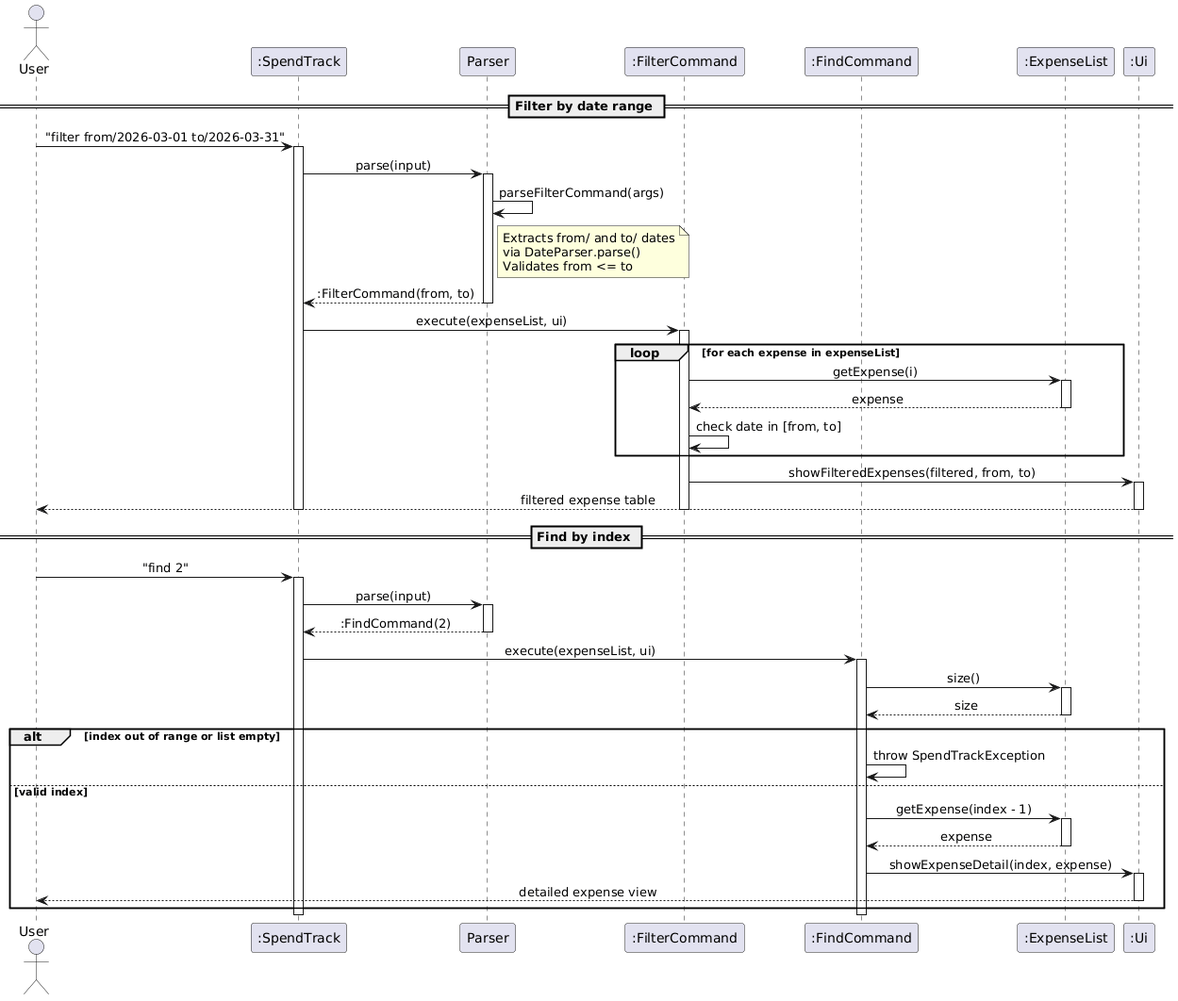
This is docs/images/FilterFindSequence.png from AbhijitBalajee/tp, a PlantUML export, as it was before one commit. Source of this version:
```plantuml
@startuml
!define BGCOLOR white
skinparam backgroundColor BGCOLOR
skinparam sequenceMessageAlign center

actor User
participant ":SpendTrack" as ST
participant "Parser" as P
participant ":FilterCommand" as FC
participant ":FindCommand" as FNC
participant ":ExpenseList" as EL
participant ":Ui" as UI

== Filter by date range ==

User -> ST : "filter from/2026-03-01 to/2026-03-31"
activate ST

ST -> P : parse(input)
activate P
P -> P : parseFilterCommand(args)
note right of P
  Extracts from/ and to/ dates
  via DateParser.parse()
  Validates from <= to
end note
P --> ST : :FilterCommand(from, to)
deactivate P

ST -> FC : execute(expenseList, ui)
activate FC

loop for each expense in expenseList
    FC -> EL : getExpense(i)
    activate EL
    EL --> FC : expense
    deactivate EL
    FC -> FC : check date in [from, to]
end

FC -> UI : showFilteredExpenses(filtered, from, to)
activate UI
UI --> User : filtered expense table
deactivate UI
deactivate FC
deactivate ST

== Find by index ==

User -> ST : "find 2"
activate ST

ST -> P : parse(input)
activate P
P --> ST : :FindCommand(2)
deactivate P

ST -> FNC : execute(expenseList, ui)
activate FNC

FNC -> EL : size()
activate EL
EL --> FNC : size
deactivate EL

alt index out of range or list empty
    FNC -> FNC : throw SpendTrackException
else valid index
    FNC -> EL : getExpense(index - 1)
    activate EL
    EL --> FNC : expense
    deactivate EL
    FNC -> UI : showExpenseDetail(index, expense)
    activate UI
    UI --> User : detailed expense view
    deactivate UI
end

deactivate FNC
deactivate ST
@enduml
```
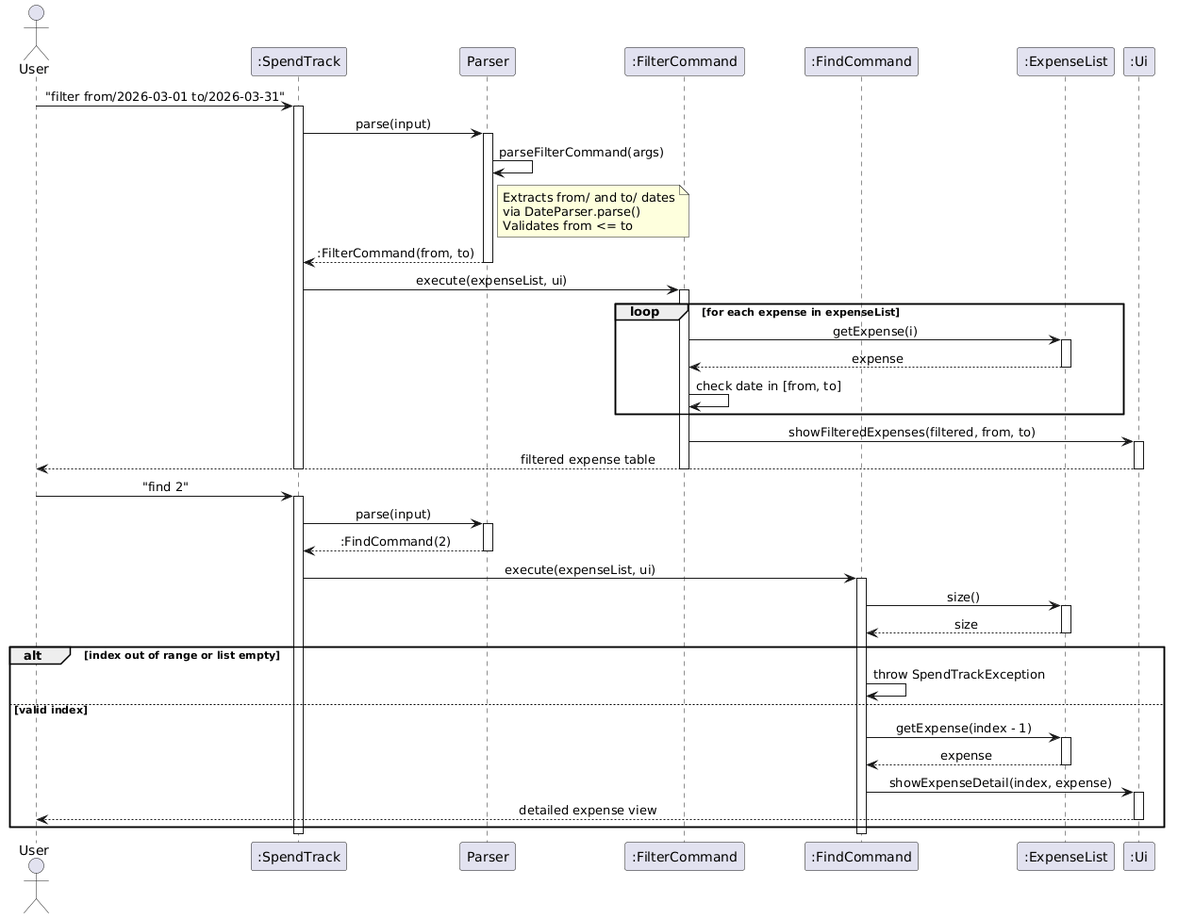
Later version of the same file.

Diff of the diagram source:
```diff
@@ -10,8 +10,6 @@
 participant ":FindCommand" as FNC
 participant ":ExpenseList" as EL
 participant ":Ui" as UI
-
-== Filter by date range ==
 
 User -> ST : "filter from/2026-03-01 to/2026-03-31"
 activate ST
@@ -45,8 +43,6 @@
 deactivate FC
 deactivate ST
 
-== Find by index ==
-
 User -> ST : "find 2"
 activate ST
 
```
